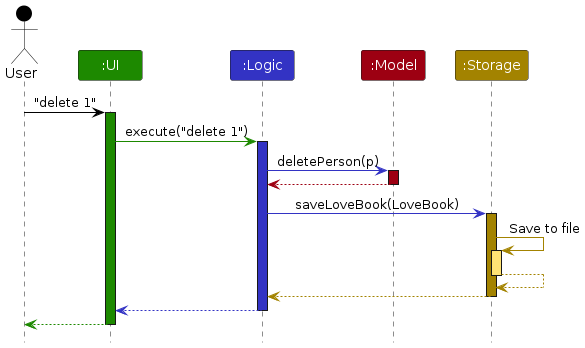
AY2324S1-CS2103T-F10-2/tp keeps this PlantUML diagram as diagrams/ArchitectureSequenceDiagram.png. Above is the earlier version. Its source is kept beside it as diagrams/ArchitectureSequenceDiagram.puml. The source it was exported from:
```plantuml
@startuml
!include style.puml
skinparam ArrowFontStyle plain

Actor User as user USER_COLOR
Participant ":UI" as ui UI_COLOR
Participant ":Logic" as logic LOGIC_COLOR
Participant ":Model" as model MODEL_COLOR
Participant ":Storage" as storage STORAGE_COLOR

user -[USER_COLOR]> ui : "delete 1"
activate ui UI_COLOR

ui -[UI_COLOR]> logic : execute("delete 1")
activate logic LOGIC_COLOR

logic -[LOGIC_COLOR]> model : deletePerson(p)
activate model MODEL_COLOR

model -[MODEL_COLOR]-> logic
deactivate model

logic -[LOGIC_COLOR]> storage : saveLoveBook(LoveBook)
activate storage STORAGE_COLOR

storage -[STORAGE_COLOR]> storage : Save to file
activate storage STORAGE_COLOR_T1
storage --[STORAGE_COLOR]> storage
deactivate storage

storage --[STORAGE_COLOR]> logic
deactivate storage

logic --[LOGIC_COLOR]> ui
deactivate logic

ui--[UI_COLOR]> user
deactivate ui
@enduml
```
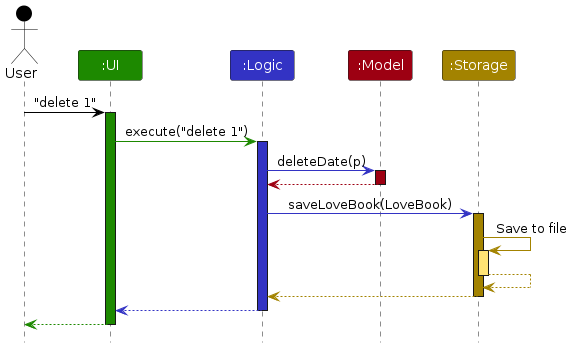
After the commit.

What changed in the source:
```diff
@@ -14,7 +14,7 @@
 ui -[UI_COLOR]> logic : execute("delete 1")
 activate logic LOGIC_COLOR
 
-logic -[LOGIC_COLOR]> model : deletePerson(p)
+logic -[LOGIC_COLOR]> model : deleteDate(p)
 activate model MODEL_COLOR
 
 model -[MODEL_COLOR]-> logic
```
